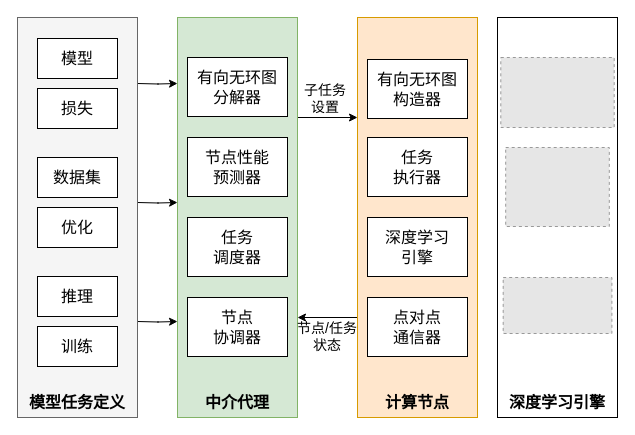
Earlier version of the draw.io diagram 移动2.drawio (icszhr/zhr123nb.github.io). Source tidied: cells renumbered, new cells numbered last; positions are measured from the earlier drawing's top-left corner, leaving out a move shared by most shapes. Both pictures are drawn from the tidied source at 100%, with x=0, y=0 at pixel (17, 17). Pictures stored in the file or linked from it are replaced by grey dashed boxes.
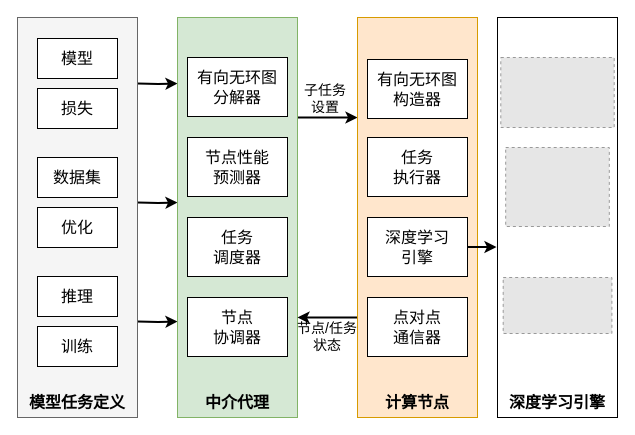
Above is the later version.

The change refers to these unchanged cells:
```xml
<mxCell id="7" style="rounded=0;whiteSpace=wrap;html=1;fillColor=#d5e8d4;strokeColor=#82b366;" parent="1" vertex="1">
  <mxGeometry x="160" width="120" height="400" as="geometry" />
</mxCell>
<mxCell id="9" style="rounded=0;whiteSpace=wrap;html=1;fillColor=#ffe6cc;strokeColor=#d79b00;" parent="1" vertex="1">
  <mxGeometry x="340" width="120" height="400" as="geometry" />
</mxCell>
<mxCell id="10" style="rounded=0;whiteSpace=wrap;html=1;" parent="1" vertex="1">
  <mxGeometry x="480" width="120" height="400" as="geometry" />
</mxCell>
<mxCell id="29" value="&lt;span style=&quot;font-size: 16px;&quot;&gt;深度学习&lt;/span&gt;&lt;div&gt;&lt;span style=&quot;font-size: 16px;&quot;&gt;引擎&lt;/span&gt;&lt;/div&gt;" style="rounded=0;whiteSpace=wrap;html=1;" parent="1" vertex="1">
  <mxGeometry x="350" y="200" width="100" height="59" as="geometry" />
</mxCell>
```

Diff of the diagram source:
```diff
@@
-    <mxCell id="2" style="edgeStyle=orthogonalEdgeStyle;rounded=0;orthogonalLoop=1;jettySize=auto;html=1;exitX=1;exitY=0.25;exitDx=0;exitDy=0;entryX=0;entryY=0.25;entryDx=0;entryDy=0;" parent="1" edge="1">
+    <mxCell id="2" style="edgeStyle=orthogonalEdgeStyle;rounded=0;orthogonalLoop=1;jettySize=auto;html=1;exitX=1;exitY=0.25;exitDx=0;exitDy=0;entryX=0;entryY=0.25;entryDx=0;entryDy=0;strokeWidth=2;" parent="1" edge="1">
       <mxGeometry relative="1" as="geometry">
         <mxPoint x="120" y="66" as="sourcePoint" />
         <mxPoint x="160" y="66" as="targetPoint" />
       </mxGeometry>
     </mxCell>
-    <mxCell id="3" style="edgeStyle=orthogonalEdgeStyle;rounded=0;orthogonalLoop=1;jettySize=auto;html=1;exitX=1;exitY=0.5;exitDx=0;exitDy=0;entryX=0;entryY=0.5;entryDx=0;entryDy=0;" parent="1" edge="1">
+    <mxCell id="3" style="edgeStyle=orthogonalEdgeStyle;rounded=0;orthogonalLoop=1;jettySize=auto;html=1;exitX=1;exitY=0.5;exitDx=0;exitDy=0;entryX=0;entryY=0.5;entryDx=0;entryDy=0;strokeWidth=2;" parent="1" edge="1">
       <mxGeometry relative="1" as="geometry">
         <mxPoint x="120" y="185" as="sourcePoint" />
         <mxPoint x="160" y="185" as="targetPoint" />
       </mxGeometry>
     </mxCell>
-    <mxCell id="4" style="edgeStyle=orthogonalEdgeStyle;rounded=0;orthogonalLoop=1;jettySize=auto;html=1;exitX=1;exitY=0.75;exitDx=0;exitDy=0;entryX=0;entryY=0.75;entryDx=0;entryDy=0;" parent="1" edge="1">
+    <mxCell id="4" style="edgeStyle=orthogonalEdgeStyle;rounded=0;orthogonalLoop=1;jettySize=auto;html=1;exitX=1;exitY=0.75;exitDx=0;exitDy=0;entryX=0;entryY=0.75;entryDx=0;entryDy=0;strokeWidth=2;" parent="1" edge="1">
       <mxGeometry relative="1" as="geometry">
         <mxPoint x="120" y="304" as="sourcePoint" />
         <mxPoint x="160" y="304" as="targetPoint" />
       </mxGeometry>
     </mxCell>
@@
-    <mxCell id="6" style="edgeStyle=orthogonalEdgeStyle;rounded=0;jettySize=auto;html=1;exitX=1;exitY=0.25;exitDx=0;exitDy=0;entryX=0;entryY=0.25;entryDx=0;entryDy=0;" parent="1" edge="1" source="7" target="9">
+    <mxCell id="6" style="edgeStyle=orthogonalEdgeStyle;rounded=0;jettySize=auto;html=1;exitX=1;exitY=0.25;exitDx=0;exitDy=0;entryX=0;entryY=0.25;entryDx=0;entryDy=0;strokeWidth=2;" parent="1" edge="1" source="7" target="9">
       <mxGeometry relative="1" as="geometry" />
     </mxCell>
@@
-    <mxCell id="8" style="edgeStyle=orthogonalEdgeStyle;rounded=0;jettySize=auto;html=1;exitX=0;exitY=0.75;exitDx=0;exitDy=0;entryX=1;entryY=0.75;entryDx=0;entryDy=0;" parent="1" edge="1" source="9" target="7">
+    <mxCell id="8" style="edgeStyle=orthogonalEdgeStyle;rounded=0;jettySize=auto;html=1;exitX=0;exitY=0.75;exitDx=0;exitDy=0;entryX=1;entryY=0.75;entryDx=0;entryDy=0;strokeWidth=2;" parent="1" edge="1" source="9" target="7">
       <mxGeometry relative="1" as="geometry" />
     </mxCell>
@@
+    <mxCell id="34" style="edgeStyle=orthogonalEdgeStyle;rounded=0;jettySize=auto;html=1;exitX=1;exitY=0.5;exitDx=0;exitDy=0;entryX=-0.008;entryY=0.575;entryDx=0;entryDy=0;entryPerimeter=0;strokeWidth=2;" parent="1" edge="1" source="29" target="10">
+      <mxGeometry relative="1" as="geometry" />
+    </mxCell>
```
